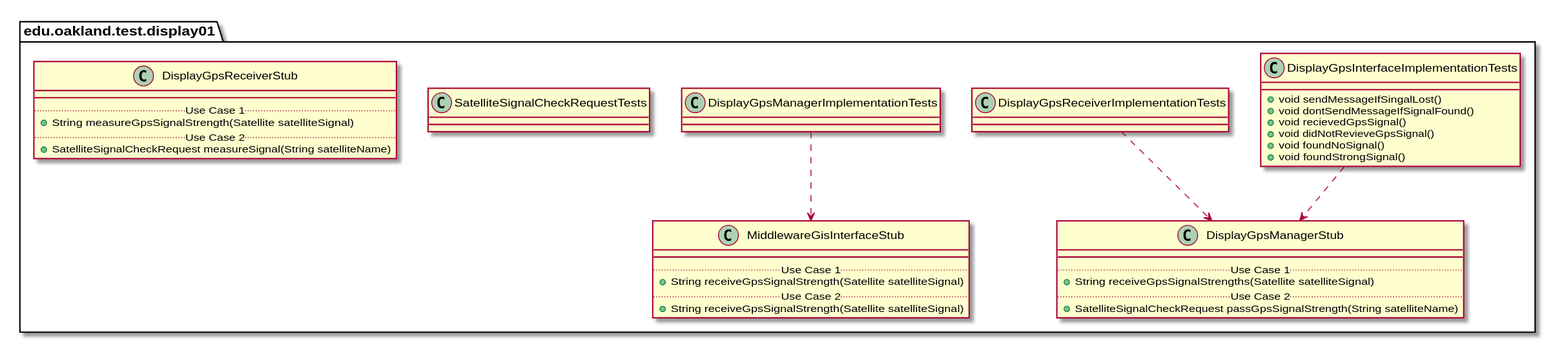
Earlier version of the PlantUML export docs/uml-class-diagrams/display01/test/Display01TestPackage_InternalDependencies.svg (casher-ou/csi-3370-software-project).
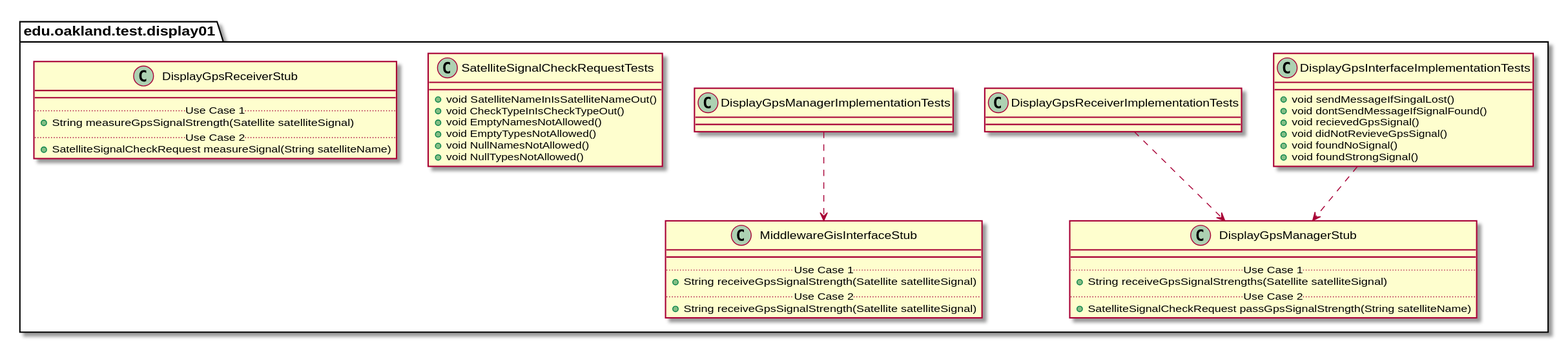
Later version of the same file.

Change to the diagram source:
```diff
@@ -60,9 +60,14 @@
 DisplayGpsManagerImplementationTests ..> MiddlewareGisInterfaceStub
 
 package edu.oakland.test.display01 {
-    class SatelliteSignalCheckRequestTests {
-
-    }
+  class SatelliteSignalCheckRequestTests {
+    + void SatelliteNameInIsSatelliteNameOut()
+    + void CheckTypeInIsCheckTypeOut()
+    + void EmptyNamesNotAllowed()
+    + void EmptyTypesNotAllowed()
+    + void NullNamesNotAllowed()
+    + void NullTypesNotAllowed()
+  }
 }
 
 
```
